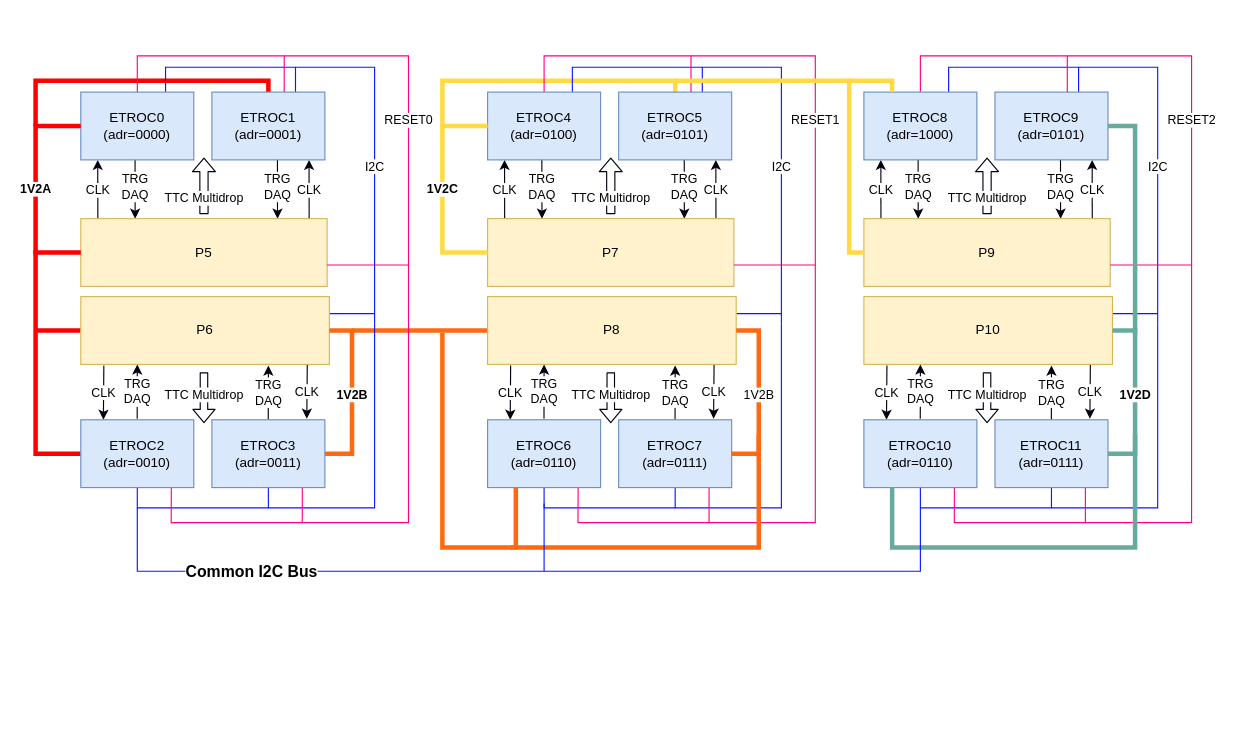
Above: page "Copy of Control & Monitoring" (4 of 6) of docs/etl-readout-board.drawio in andrewpeck/etl-readout-board-pcb (draw.io), before the change. Source tidied: cells renumbered, new cells numbered last; positions are measured from the earlier drawing's top-left corner, leaving out a move shared by most shapes. Both pictures are drawn from the tidied source at 113%, with x=0, y=0 at pixel (35, 55).
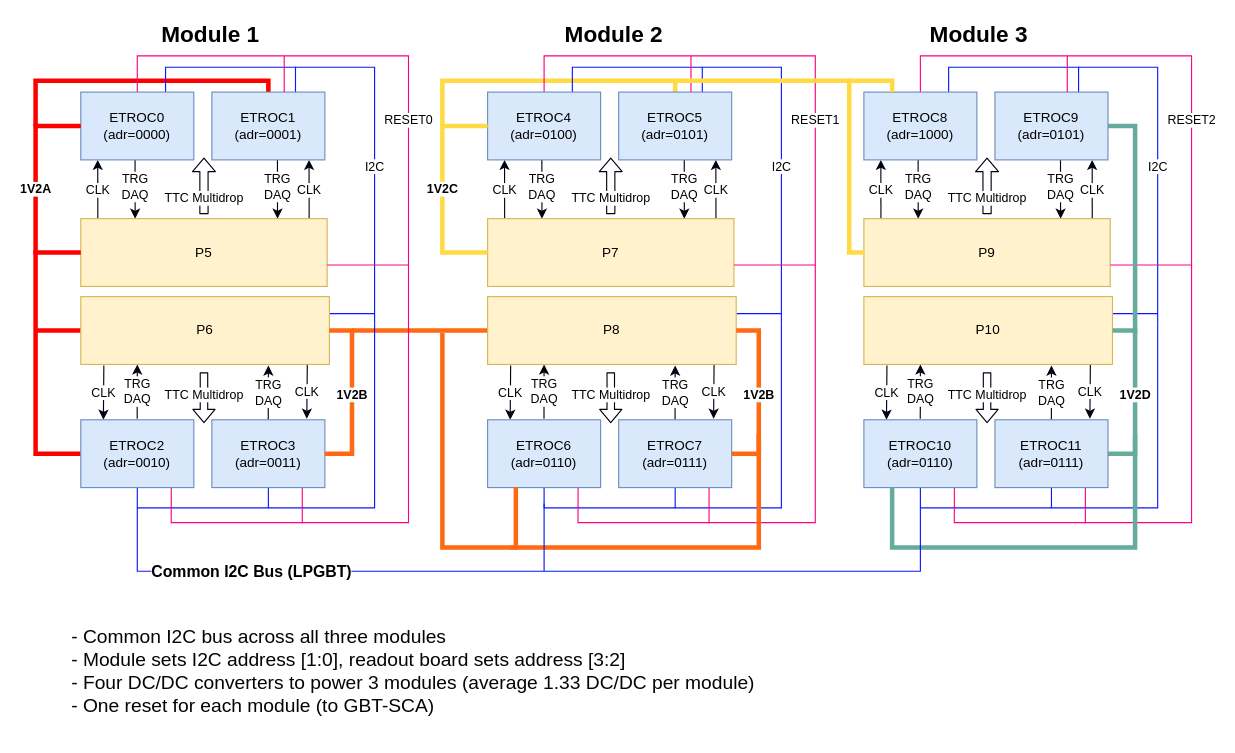
The same diagram, later.

Commit message (it also covers changes not shown here):
Update module connectivity diagram

Unchanged cells that the change refers to:
```xml
<mxCell id="2" style="group;" parent="1" vertex="1">
  <mxGeometry width="1023" height="456" as="geometry" />
</mxCell>
<mxCell id="23" value="P8" style="rounded=0;whiteSpace=wrap;html=1;fillColor=#fff2cc;strokeColor=#d6b656;" parent="2" vertex="1">
  <mxGeometry x="400" y="213" width="220" height="60" as="geometry" />
</mxCell>
<mxCell id="27" value="ETROC7&lt;br&gt;(adr=0111)" style="rounded=0;whiteSpace=wrap;html=1;fillColor=#dae8fc;strokeColor=#6c8ebf;" parent="2" vertex="1">
  <mxGeometry x="516" y="322" width="100" height="60" as="geometry" />
</mxCell>
<mxCell id="90" style="endArrow=none;html=1;strokeWidth=1;strokeColor=#0818FF;rounded=0;" parent="2" edge="1">
  <mxGeometry relative="1" as="geometry">
    <mxPoint x="90" y="400" as="sourcePoint" />
    <mxPoint x="783" y="400" as="targetPoint" />
    <Array as="points">
      <mxPoint x="90" y="456" />
      <mxPoint x="783" y="456" />
    </Array>
  </mxGeometry>
</mxCell>
```

What changed in the source:
```diff
@@
-    <mxCell id="28" value="1V2B" style="edgeStyle=orthogonalEdgeStyle;rounded=0;jettySize=auto;html=1;exitX=1;exitY=0.5;exitDx=0;exitDy=0;entryX=1;entryY=0.5;entryDx=0;entryDy=0;endArrow=none;endFill=0;strokeWidth=4;strokeColor=#FF6912;" parent="2" edge="1" source="23" target="27">
+    <mxCell id="28" value="1V2B" style="edgeStyle=orthogonalEdgeStyle;rounded=0;jettySize=auto;html=1;exitX=1;exitY=0.5;exitDx=0;exitDy=0;entryX=1;entryY=0.5;entryDx=0;entryDy=0;endArrow=none;endFill=0;strokeWidth=4;strokeColor=#FF6912;fontStyle=1;" parent="2" edge="1" source="23" target="27">
       <mxGeometry relative="1" as="geometry" />
     </mxCell>
@@
-    <mxCell id="91" value="Common I2C Bus" style="edgeLabel;html=1;align=center;verticalAlign=middle;fontStyle=1;fontSize=14;" parent="90" vertex="1">
+    <mxCell id="91" value="Common I2C Bus (LPGBT)" style="edgeLabel;html=1;align=center;verticalAlign=middle;fontStyle=1;fontSize=14;" parent="90" vertex="1">
       <mxGeometry x="-0.67" y="-1" relative="1" as="geometry">
         <mxPoint x="23.1" y="-1" as="offset" />
       </mxGeometry>
     </mxCell>
@@
+    <mxCell id="94" value="Module 1" style="text;html=1;strokeColor=none;fillColor=none;align=center;verticalAlign=middle;whiteSpace=wrap;rounded=0;fontStyle=1;fontSize=20;" parent="1" vertex="1">
+      <mxGeometry x="100" y="-30" width="110" height="20" as="geometry" />
+    </mxCell>
+    <mxCell id="95" value="Module 2" style="text;html=1;strokeColor=none;fillColor=none;align=center;verticalAlign=middle;whiteSpace=wrap;rounded=0;fontStyle=1;fontSize=20;" parent="1" vertex="1">
+      <mxGeometry x="456.5" y="-30" width="110" height="20" as="geometry" />
+    </mxCell>
+    <mxCell id="96" value="Module 3" style="text;html=1;strokeColor=none;fillColor=none;align=center;verticalAlign=middle;whiteSpace=wrap;rounded=0;fontStyle=1;fontSize=20;" parent="1" vertex="1">
+      <mxGeometry x="780" y="-30" width="110" height="20" as="geometry" />
+    </mxCell>
+    <mxCell id="97" value="- Common I2C bus across all three modules&amp;nbsp;&lt;br&gt;- Module sets I2C address [1:0], readout board sets address [3:2]&lt;br style=&quot;font-size: 17px&quot;&gt;- Four DC/DC converters to power 3 modules (average 1.33 DC/DC per module)&amp;nbsp;&lt;br style=&quot;font-size: 17px&quot;&gt;- One reset for each module (to GBT-SCA)" style="text;html=1;strokeColor=none;fillColor=none;align=left;verticalAlign=middle;whiteSpace=wrap;rounded=0;fontSize=17;fontColor=#050404;opacity=20;" parent="1" vertex="1">
+      <mxGeometry x="30" y="490" width="660" height="110" as="geometry" />
+    </mxCell>
```
